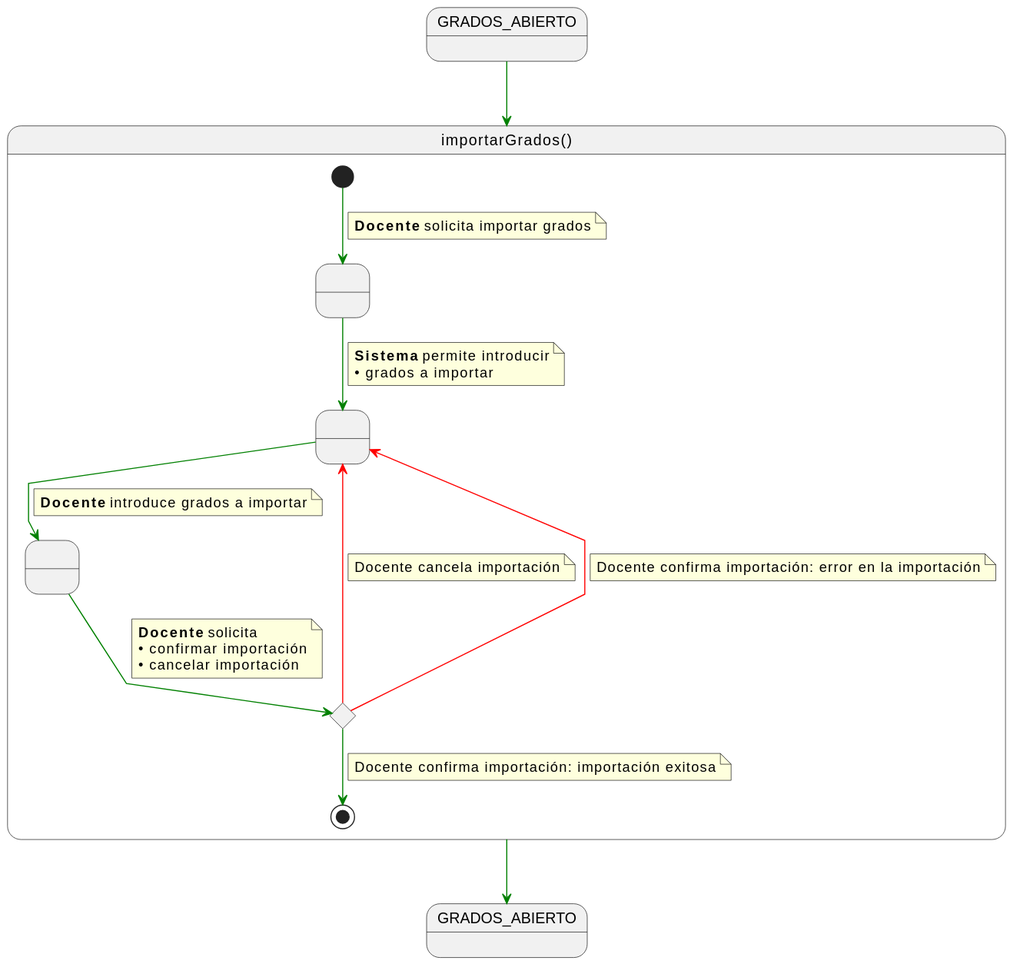
Before: documents/casos-de-uso/detalladoCasosDeUso/importarGrados/importarGrados.svg, a diagram exported from PlantUML (martinlopez7/25-26-IdSw1-SdR).
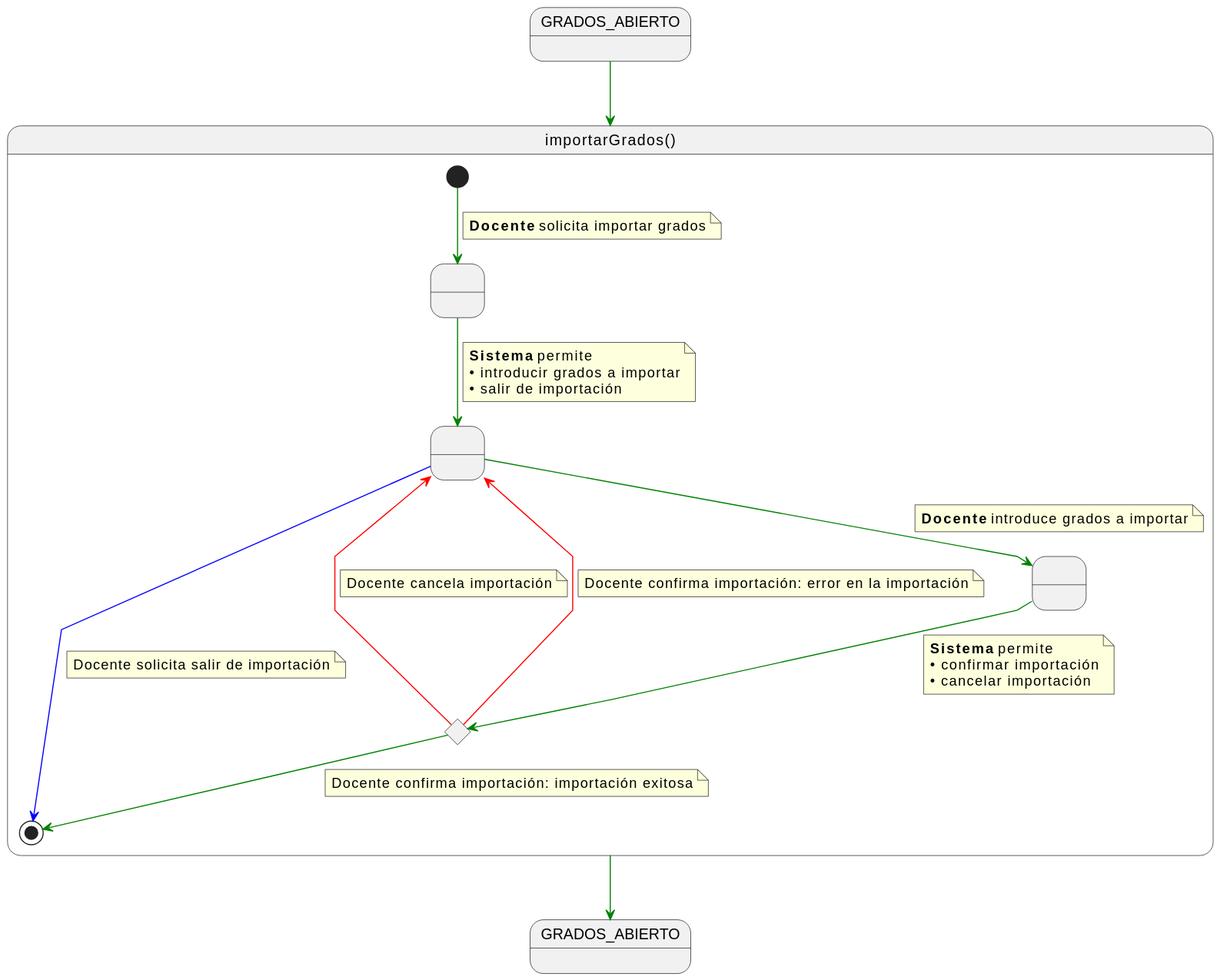
After the change.

Change to the diagram source:
```diff
@@ -17,8 +17,9 @@
 
     RequiringImport -[#green]-> ProvidingGrados
     note on link
-    <b>Sistema</b> permite introducir
-    • grados a importar
+    <b>Sistema</b> permite
+    • introducir grados a importar
+    • salir de importación
     end note
 
     ProvidingGrados -[#green]-> ProvidingConfirmation
@@ -28,7 +29,7 @@
 
     ProvidingConfirmation -[#green]-> c
     note on link
-    <b>Docente</b> solicita
+    <b>Sistema</b> permite
     • confirmar importación
     • cancelar importación
     end note
@@ -47,6 +48,11 @@
     note on link
     Docente confirma importación: importación exitosa
     end note
+
+    ProvidingGrados -[#blue]-> [*]
+    note on link
+    Docente solicita salir de importación
+    end note
 }
 
 GRADOS_ABIERTO -[#green]-> importarGrados
```
